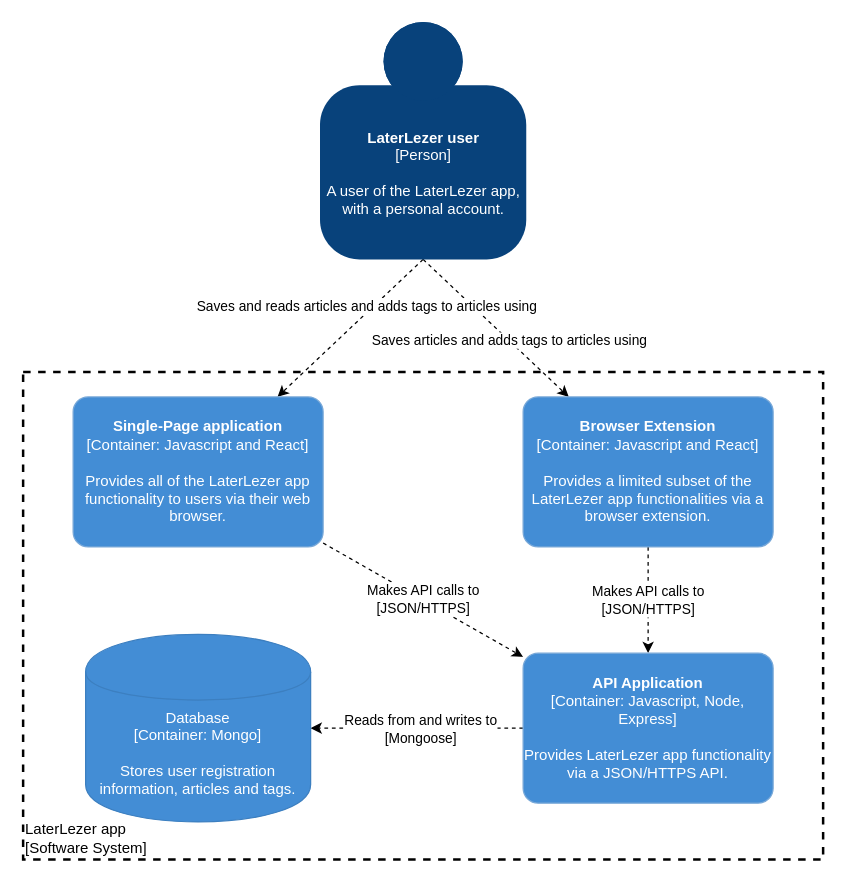
Above: page "container-diagram" (2 of 7) of documents/c4model.drawio in Patrickroelofs/HANICA-DWA-Laterlezer (draw.io), before the change. Source tidied: cells renumbered, new cells numbered last; positions are measured from the earlier drawing's top-left corner, leaving out a move shared by most shapes. Both pictures are drawn from the tidied source at 125%, with x=0, y=0 at pixel (22, 21).
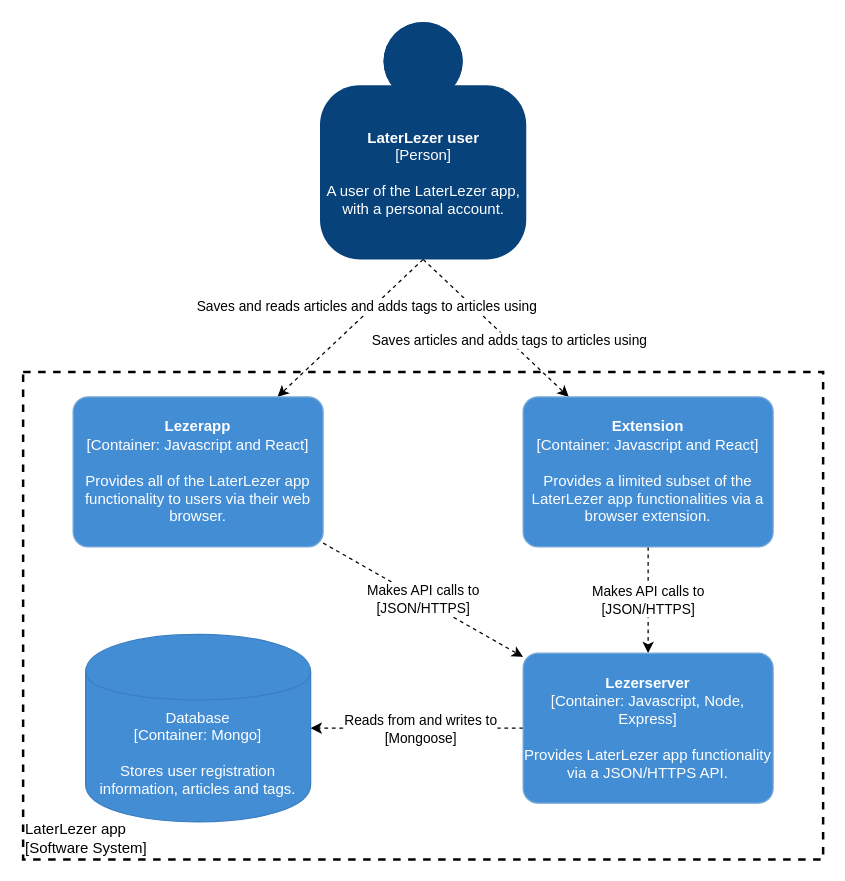
Above is the later version.

What changed in the source:
```diff
@@
-    <object id="9" label="&lt;b&gt;%c4Name%&lt;/b&gt;&lt;div&gt;[%c4Type%: %c4Technology%]&lt;/div&gt;&lt;br&gt;&lt;div&gt;%c4Description%&lt;/div&gt;" c4Description="Provides all of the LaterLezer app functionality to users via their web browser." c4Name="Single-Page application" c4Technology="Javascript and React" c4Type="Container" placeholders="1">
+    <object id="9" label="&lt;b&gt;%c4Name%&lt;/b&gt;&lt;div&gt;[%c4Type%: %c4Technology%]&lt;/div&gt;&lt;br&gt;&lt;div&gt;%c4Description%&lt;/div&gt;" c4Description="Provides all of the LaterLezer app functionality to users via their web browser." c4Name="Lezerapp" c4Technology="Javascript and React" c4Type="Container" placeholders="1">
       <mxCell style="rounded=1;whiteSpace=wrap;html=1;labelBackgroundColor=none;fontColor=#ffffff;align=center;arcSize=10;strokeColor=#78A8D8;metaData={&quot;c4Type&quot;:{&quot;editable&quot;:false}};points=[[0.25,0,0],[0.5,0,0],[0.75,0,0],[1,0.25,0],[1,0.5,0],[1,0.75,0],[0.75,1,0],[0.5,1,0],[0.25,1,0],[0,0.75,0],[0,0.5,0],[0,0.25,0]];fillColor=#438DD5;" parent="1" vertex="1">
         <mxGeometry x="40" y="300" width="200" height="120" as="geometry" />
       </mxCell>
     </object>
@@
-    <object id="11" label="&lt;b&gt;%c4Name%&lt;/b&gt;&lt;div&gt;[%c4Type%: %c4Technology%]&lt;/div&gt;&lt;br&gt;&lt;div&gt;%c4Description%&lt;/div&gt;" c4Description="Provides a limited subset of the LaterLezer app functionalities via a browser extension." c4Name="Browser Extension" c4Technology="Javascript and React" c4Type="Container" placeholders="1">
+    <object id="11" label="&lt;b&gt;%c4Name%&lt;/b&gt;&lt;div&gt;[%c4Type%: %c4Technology%]&lt;/div&gt;&lt;br&gt;&lt;div&gt;%c4Description%&lt;/div&gt;" c4Description="Provides a limited subset of the LaterLezer app functionalities via a browser extension." c4Name="Extension" c4Technology="Javascript and React" c4Type="Container" placeholders="1">
       <mxCell style="rounded=1;whiteSpace=wrap;html=1;labelBackgroundColor=none;fontColor=#ffffff;align=center;arcSize=10;strokeColor=#78A8D8;metaData={&quot;c4Type&quot;:{&quot;editable&quot;:false}};points=[[0.25,0,0],[0.5,0,0],[0.75,0,0],[1,0.25,0],[1,0.5,0],[1,0.75,0],[0.75,1,0],[0.5,1,0],[0.25,1,0],[0,0.75,0],[0,0.5,0],[0,0.25,0]];fillColor=#438DD5;" parent="1" vertex="1">
         <mxGeometry x="400" y="300" width="200" height="120" as="geometry" />
       </mxCell>
     </object>
@@
-    <object id="14" label="&lt;b&gt;%c4Name%&lt;/b&gt;&lt;div&gt;[%c4Type%: %c4Technology%]&lt;/div&gt;&lt;br&gt;&lt;div&gt;%c4Description%&lt;/div&gt;" c4Description="Provides LaterLezer app functionality via a JSON/HTTPS API." c4Name="API Application" c4Technology="Javascript, Node, Express" c4Type="Container" placeholders="1">
+    <object id="14" label="&lt;b&gt;%c4Name%&lt;/b&gt;&lt;div&gt;[%c4Type%: %c4Technology%]&lt;/div&gt;&lt;br&gt;&lt;div&gt;%c4Description%&lt;/div&gt;" c4Description="Provides LaterLezer app functionality via a JSON/HTTPS API." c4Name="Lezerserver" c4Technology="Javascript, Node, Express" c4Type="Container" placeholders="1">
       <mxCell style="rounded=1;whiteSpace=wrap;html=1;labelBackgroundColor=none;fontColor=#ffffff;align=center;arcSize=10;strokeColor=#78A8D8;metaData={&quot;c4Type&quot;:{&quot;editable&quot;:false}};points=[[0.25,0,0],[0.5,0,0],[0.75,0,0],[1,0.25,0],[1,0.5,0],[1,0.75,0],[0.75,1,0],[0.5,1,0],[0.25,1,0],[0,0.75,0],[0,0.5,0],[0,0.25,0]];fillColor=#438DD5;" parent="1" vertex="1">
         <mxGeometry x="400" y="505" width="200" height="120" as="geometry" />
       </mxCell>
     </object>
```
